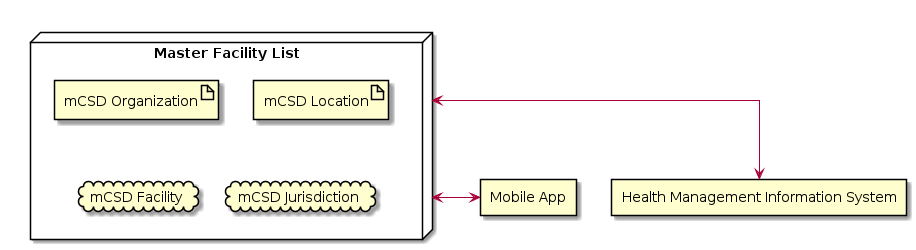
Before: media/master-facility-list.png, a diagram exported from PlantUML (IHE/mCSD-Whitepaper). Source of this version:
```plantuml
@startuml master-facility-list
skinparam linetype ortho

node registry as "Master Facility List" {
  artifact forg as "mCSD Organization"
  artifact floc as "mCSD Location"
  cloud "mCSD Facility"
  cloud "mCSD Jurisdiction"
}
together {
  rectangle hmis as "Health Management Information System"
  rectangle mobile as "Mobile App"
}
registry <--> hmis
registry <--> mobile

@enduml
```
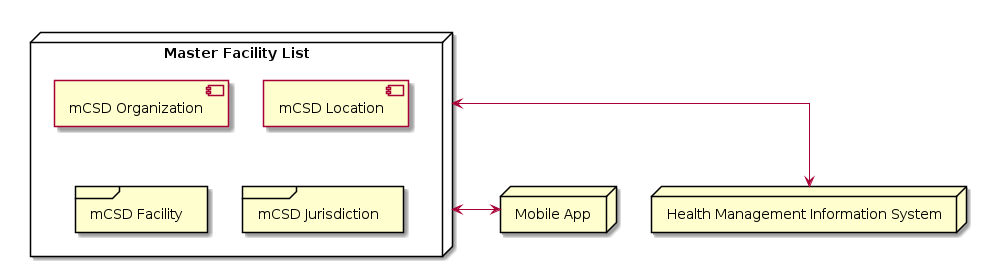
Above is the later version.

Commit message:
Added back in use cases at the top and updated the facility section to reflect this change.  HWR and ILR still need to be updated.  Also updated diagrams for those.

Change to the diagram source:
```diff
@@ -1,15 +1,16 @@
 @startuml master-facility-list
+skinparam componentStyle uml2
 skinparam linetype ortho
 
 node registry as "Master Facility List" {
-  artifact forg as "mCSD Organization"
-  artifact floc as "mCSD Location"
-  cloud "mCSD Facility"
-  cloud "mCSD Jurisdiction"
+  component forg as "mCSD Organization"
+  component floc as "mCSD Location"
+  frame "mCSD Facility"
+  frame "mCSD Jurisdiction"
 }
 together {
-  rectangle hmis as "Health Management Information System"
-  rectangle mobile as "Mobile App"
+  node hmis as "Health Management Information System"
+  node mobile as "Mobile App"
 }
 registry <--> hmis
 registry <--> mobile
```
